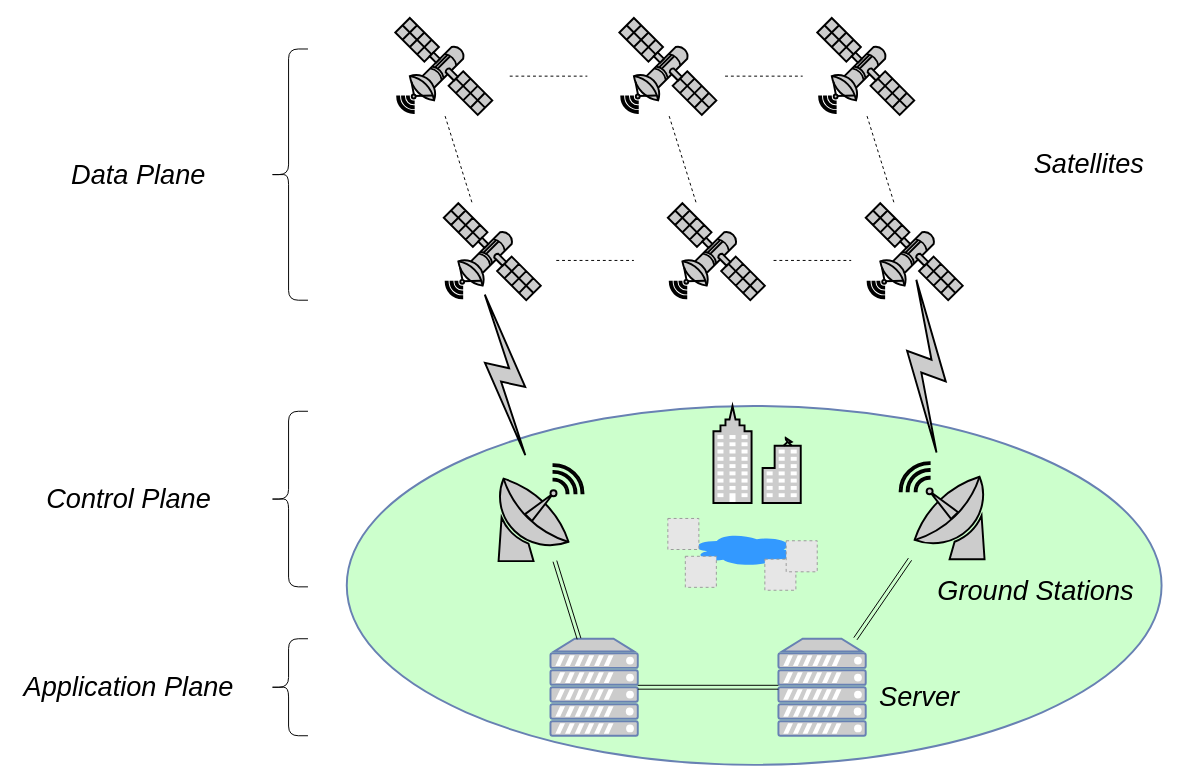
peachhhhh/satellite keeps this draw.io diagram as page "算法1架构图" (8 of 16) of drawio.drawio. Above is the earlier version. Source tidied: cells renumbered, new cells numbered last; positions are measured from the earlier drawing's top-left corner, leaving out a move shared by most shapes. Both pictures are drawn from the tidied source at 97%, with x=0, y=0 at pixel (16, 17). Pictures stored in the file or linked from it are replaced by grey dashed boxes.
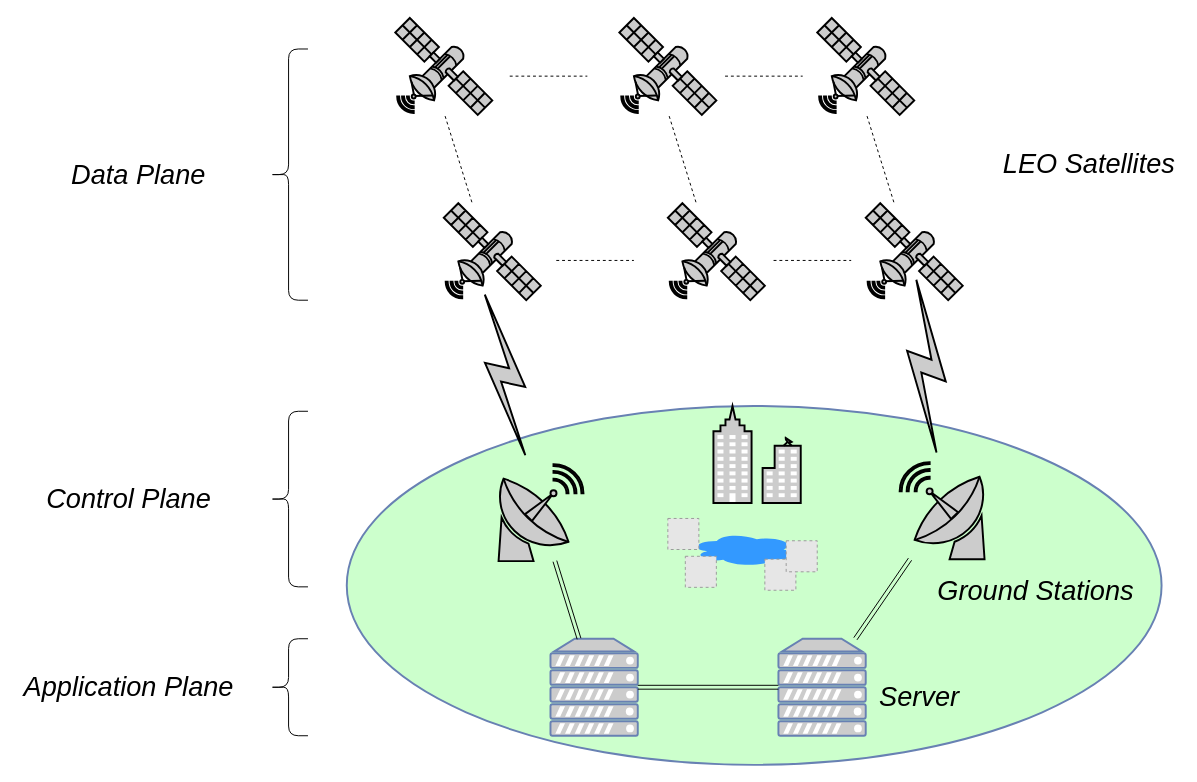
After the change.

Diff of the diagram source:
```diff
@@
-    <mxCell id="28" value="Satellites" style="text;html=1;align=center;verticalAlign=middle;fontSize=28;fontStyle=2;" parent="1" vertex="1">
-      <mxGeometry x="1040" y="130" width="130" height="40" as="geometry" />
+    <mxCell id="28" value="LEO Satellites" style="text;html=1;align=center;verticalAlign=middle;fontSize=28;fontStyle=2;" parent="1" vertex="1">
+      <mxGeometry x="1010" y="130" width="190" height="40" as="geometry" />
     </mxCell>
```
